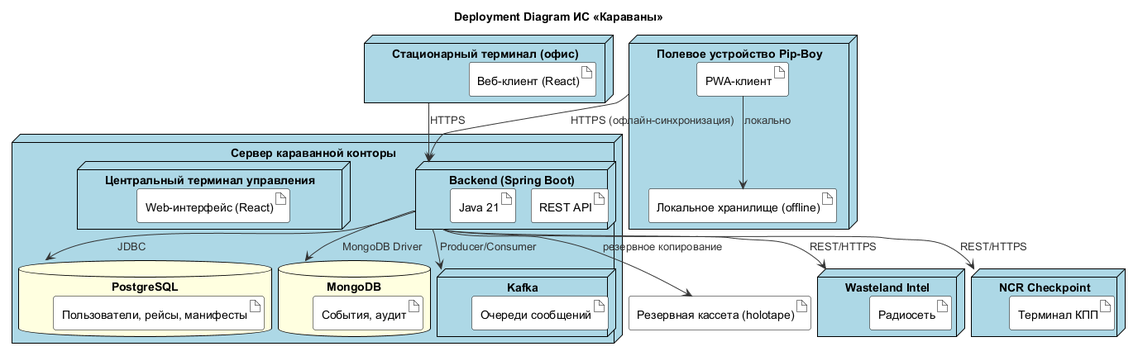
Above: docs/diagrams/out/DEP_DeploymentView.png in granikartem/MPI (PlantUML), before the change.
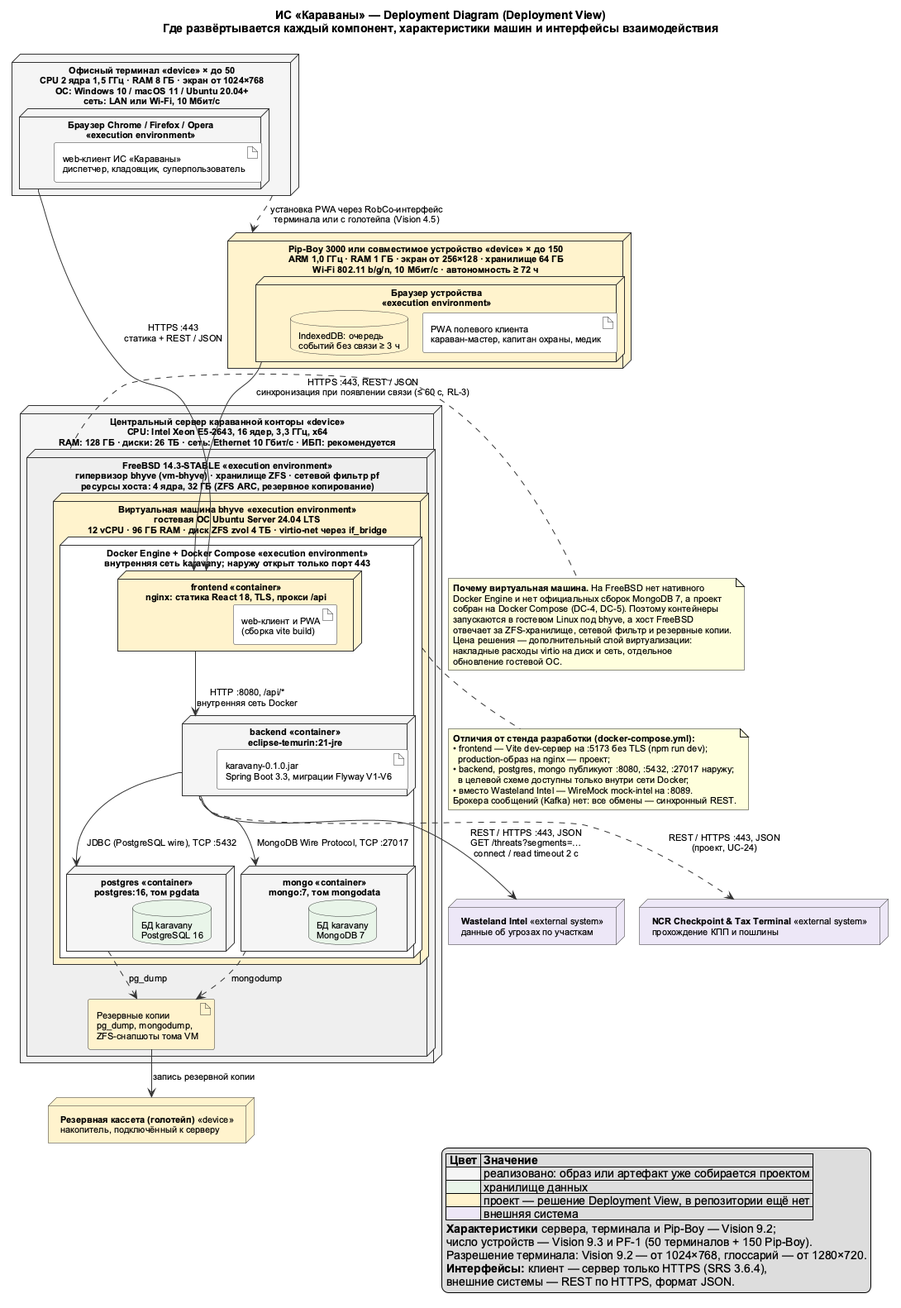
The same file after the commit.

Diff of the diagram source:
```diff
@@ -1,73 +1,115 @@
 @startuml DEP_DeploymentView
 !pragma layout smetana
-title Deployment Diagram ИС «Караваны»
-
+skinparam shadowing false
+skinparam defaultFontName Arial
+skinparam defaultFontSize 11
+skinparam ArrowColor #333333
 skinparam node {
-    BackgroundColor #lightblue
-    BorderColor black
-    FontColor black
+  BackgroundColor #F5F5F5
+  BorderColor #333333
+}
+skinparam artifact {
+  BackgroundColor #FFFFFF
+  BorderColor #333333
 }
 skinparam database {
-    BackgroundColor #lightyellow
-    BorderColor black
-}
-skinparam artifact {
-    BackgroundColor #white
-    BorderColor black
-}
-skinparam arrow {
-    Color #333333
-    FontColor #333333
+  BackgroundColor #E8F5E9
+  BorderColor #333333
 }
 
-node "Wasteland Intel" as WI {
-    artifact "Радиосеть"
+title ИС «Караваны» — Deployment Diagram (Deployment View)\nГде развёртывается каждый компонент, характеристики машин и интерфейсы взаимодействия
+
+node "**Центральный сервер караванной конторы** <<device>>\nCPU: Intel Xeon E5-2643, 16 ядер, 3,3 ГГц, x64\nRAM: 128 ГБ · диски: 26 ТБ · сеть: Ethernet 10 Гбит/с · ИБП: рекомендуется" as SRV {
+
+  node "**FreeBSD 14.3-STABLE** <<execution environment>>\nгипервизор bhyve (vm-bhyve) · хранилище ZFS · сетевой фильтр pf\nресурсы хоста: 4 ядра, 32 ГБ (ZFS ARC, резервное копирование)" as HOST #EEEEEE {
+
+    node "**Виртуальная машина bhyve** <<execution environment>>\nгостевая ОС Ubuntu Server 24.04 LTS\n12 vCPU · 96 ГБ RAM · диск ZFS zvol 4 ТБ · virtio-net через if_bridge" as VM #FFF2CC {
+
+      node "**Docker Engine + Docker Compose** <<execution environment>>\nвнутренняя сеть karavany; наружу открыт только порт 443" as DOCKER #FFFFFF {
+
+        node "frontend <<container>>\nnginx: статика React 18, TLS, прокси /api" as C_FRONT #FFF2CC {
+          artifact "web-клиент и PWA\n(сборка vite build)" as A_WEB
+        }
+
+        node "backend <<container>>\neclipse-temurin:21-jre" as C_BACK {
+          artifact "karavany-0.1.0.jar\nSpring Boot 3.3, миграции Flyway V1-V6" as A_JAR
+        }
+
+        node "postgres <<container>>\npostgres:16, том pgdata" as C_PG {
+          database "БД karavany\nPostgreSQL 16" as DB_PG
+        }
+
+        node "mongo <<container>>\nmongo:7, том mongodata" as C_MONGO {
+          database "БД karavany\nMongoDB 7" as DB_MONGO
+        }
+      }
+    }
+
+    artifact "Резервные копии\npg_dump, mongodump,\nZFS-снапшоты тома VM" as A_BACKUP #FFF2CC
+  }
 }
 
-node "NCR Checkpoint" as NCR {
-    artifact "Терминал КПП"
+node "**Резервная кассета (голотейп)** <<device>>\nнакопитель, подключённый к серверу" as HOLO #FFF2CC
+
+node "**Офисный терминал** <<device>> × до 50\nCPU 2 ядра 1,5 ГГц · RAM 8 ГБ · экран от 1024×768\nОС: Windows 10 / macOS 11 / Ubuntu 20.04+\nсеть: LAN или Wi-Fi, 10 Мбит/с" as TERM {
+  node "Браузер Chrome / Firefox / Opera\n<<execution environment>>" as BROWSER {
+    artifact "web-клиент ИС «Караваны»\nдиспетчер, кладовщик, суперпользователь" as A_WEB_RUN
+  }
 }
 
-node "Сервер караванной конторы" as Server {
-    database "PostgreSQL" as DB {
-        artifact "Пользователи, рейсы, манифесты"
-    }
-    database "MongoDB" as Mongo {
-        artifact "События, аудит"
-    }
-    node "Kafka" as Kafka {
-        artifact "Очереди сообщений"
-    }
-    node "Backend (Spring Boot)" as Backend {
-        artifact "REST API"
-        artifact "Java 21"
-    }
-    node "Центральный терминал управления" as AdminTerminal {
-        artifact "Web-интерфейс (React)"
-    }
+node "**Pip-Boy 3000 или совместимое устройство** <<device>> × до 150\nARM 1,0 ГГц · RAM 1 ГБ · экран от 256×128 · хранилище 64 ГБ\nWi-Fi 802.11 b/g/n, 10 Мбит/с · автономность ≥ 72 ч" as PIP #FFF2CC {
+  node "Браузер устройства\n<<execution environment>>" as PIP_BROWSER #FFF2CC {
+    artifact "PWA полевого клиента\nкараван-мастер, капитан охраны, медик" as A_PWA
+    database "IndexedDB: очередь\nсобытий без связи ≥ 3 ч" as PIP_STORE #FFF2CC
+  }
 }
 
-node "Стационарный терминал (офис)" as Office {
-    artifact "Веб-клиент (React)"
-}
+node "**Wasteland Intel** <<external system>>\nданные об угрозах по участкам" as WI #EDE7F6
+node "**NCR Checkpoint & Tax Terminal** <<external system>>\nпрохождение КПП и пошлины" as NCR #EDE7F6
 
-node "Полевое устройство Pip-Boy" as PipBoy {
-    artifact "PWA-клиент" as PipBoyApp
-    artifact "Локальное хранилище (offline)" as PipBoyStore
-}
+BROWSER --> C_FRONT : HTTPS :443\nстатика + REST / JSON
+PIP_BROWSER --> C_FRONT : HTTPS :443, REST / JSON\nсинхронизация при появлении связи (≤ 60 с, RL-3)
+C_FRONT --> C_BACK : HTTP :8080, /api/*\nвнутренняя сеть Docker
+C_BACK --> C_PG : JDBC (PostgreSQL wire), TCP :5432
+C_BACK --> C_MONGO : MongoDB Wire Protocol, TCP :27017
+C_BACK --> WI : REST / HTTPS :443, JSON\nGET /threats?segments=…\nconnect / read timeout 2 с
+C_BACK ..> NCR : REST / HTTPS :443, JSON\n(проект, UC-24)
+C_PG ..> A_BACKUP : pg_dump
+C_MONGO ..> A_BACKUP : mongodump
+A_BACKUP --> HOLO : запись резервной копии
+TERM ..> PIP : установка PWA через RobCo-интерфейс\nтерминала или с голотейпа (Vision 4.5)
 
-artifact "Резервная кассета (holotape)" as Backup
+note right of HOST
+  **Почему виртуальная машина.** На FreeBSD нет нативного
+  Docker Engine и нет официальных сборок MongoDB 7, а проект
+  собран на Docker Compose (DC-4, DC-5). Поэтому контейнеры
+  запускаются в гостевом Linux под bhyve, а хост FreeBSD
+  отвечает за ZFS-хранилище, сетевой фильтр и резервные копии.
+  Цена решения — дополнительный слой виртуализации:
+  накладные расходы virtio на диск и сеть, отдельное
+  обновление гостевой ОС.
+end note
 
-Backend --> WI : REST/HTTPS
-Backend --> NCR : REST/HTTPS
+note bottom of DOCKER
+  **Отличия от стенда разработки (docker-compose.yml):**
+  • frontend — Vite dev-сервер на :5173 без TLS (npm run dev);
+    production-образ на nginx — проект;
+  • backend, postgres, mongo публикуют :8080, :5432, :27017 наружу;
+    в целевой схеме доступны только внутри сети Docker;
+  • вместо Wasteland Intel — WireMock mock-intel на :8089.
+  Брокера сообщений (Kafka) нет: все обмены — синхронный REST.
+end note
 
-Office --> Backend : HTTPS
-PipBoy --> Backend : HTTPS (офлайн-синхронизация)
-PipBoyApp --> PipBoyStore : локально
-
-Backend --> DB : JDBC
-Backend --> Mongo : MongoDB Driver
-Backend --> Kafka : Producer/Consumer
-
-Backend --> Backup : резервное копирование
+legend right
+  |= Цвет |= Значение |
+  | <#F5F5F5> | реализовано: образ или артефакт уже собирается проектом |
+  | <#E8F5E9> | хранилище данных |
+  | <#FFF2CC> | проект — решение Deployment View, в репозитории ещё нет |
+  | <#EDE7F6> | внешняя система |
+  **Характеристики** сервера, терминала и Pip-Boy — Vision 9.2;
+  число устройств — Vision 9.3 и PF-1 (50 терминалов + 150 Pip-Boy).
+  Разрешение терминала: Vision 9.2 — от 1024×768, глоссарий — от 1280×720.
+  **Интерфейсы:** клиент — сервер только HTTPS (SRS 3.6.4),
+  внешние системы — REST по HTTPS, формат JSON.
+endlegend
 @enduml
```
